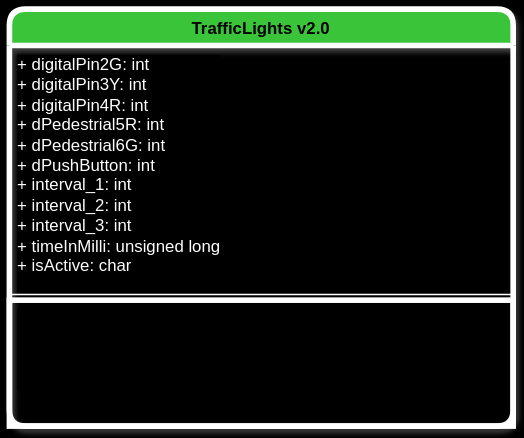
This is diagrams/ClassDiagram.drawio.svg from SamRB-dev/Traffic_Light_System, a draw.io export, as it was before one commit. Source tidied: cells renumbered, new cells last; positions are measured from the earlier drawing's top-left corner, leaving out a move shared by most shapes.
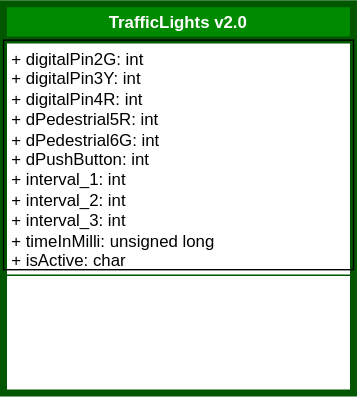
Later version of the same file.

Change to the diagram source:
```diff
@@ -2,17 +2,17 @@
   <root>
     <mxCell id="0" />
     <mxCell id="1" parent="0" />
-    <mxCell id="2" value="&lt;div&gt;TrafficLights v2.0&lt;/div&gt;" style="swimlane;fontStyle=1;align=center;verticalAlign=top;horizontal=1;startSize=26;whiteSpace=wrap;html=1;labelBackgroundColor=none;fillColor=#008a00;fontColor=#ffffff;strokeColor=default;strokeWidth=4;perimeterSpacing=0;rounded=1;glass=0;shadow=1;" parent="1" vertex="1">
-      <mxGeometry width="360" height="298" as="geometry" />
+    <mxCell id="2" value="&lt;div&gt;TrafficLights v2.0&lt;/div&gt;" style="swimlane;fontStyle=1;align=center;verticalAlign=top;horizontal=1;startSize=26;whiteSpace=wrap;html=1;rounded=0;glass=0;strokeColor=#005700;strokeWidth=5;spacingLeft=4;spacingRight=4;fontFamily=Helvetica;fontSize=12;labelBackgroundColor=none;fillColor=#008a00;fontColor=#ffffff;" parent="1" vertex="1">
+      <mxGeometry width="250" height="278" as="geometry" />
     </mxCell>
-    <mxCell id="3" value="&lt;div&gt;+ digitalPin2G: int&lt;/div&gt;&lt;div&gt;+ digitalPin3Y: int&lt;/div&gt;&lt;div&gt;+ digitalPin4R: int&lt;/div&gt;&lt;div&gt;+ dPedestrial5R: int&lt;/div&gt;&lt;div&gt;+ dPedestrial6G: int&lt;/div&gt;&lt;div&gt;+ dPushButton: int&lt;br&gt;&lt;/div&gt;&lt;div&gt;+ interval_1: int&lt;/div&gt;&lt;div&gt;+ interval_2: int&lt;/div&gt;&lt;div&gt;+ interval_3: int&lt;br&gt;&lt;/div&gt;&lt;div&gt;+ timeInMilli: unsigned long&lt;/div&gt;&lt;div&gt;+ isActive: char&lt;br&gt;&lt;/div&gt;&lt;div&gt;&lt;br&gt;&lt;/div&gt;" style="text;align=left;verticalAlign=top;spacingLeft=4;spacingRight=4;overflow=hidden;whiteSpace=wrap;html=1;strokeWidth=5;rounded=0;glass=0;labelBackgroundColor=default;" parent="2" vertex="1">
-      <mxGeometry y="26" width="360" height="174" as="geometry" />
+    <mxCell id="3" value="&lt;div&gt;+ digitalPin2G: int&lt;/div&gt;&lt;div&gt;+ digitalPin3Y: int&lt;/div&gt;&lt;div&gt;+ digitalPin4R: int&lt;/div&gt;&lt;div&gt;+ dPedestrial5R: int&lt;/div&gt;&lt;div&gt;+ dPedestrial6G: int&lt;/div&gt;&lt;div&gt;+ dPushButton: int&lt;br&gt;&lt;/div&gt;&lt;div&gt;+ interval_1: int&lt;/div&gt;&lt;div&gt;+ interval_2: int&lt;/div&gt;&lt;div&gt;+ interval_3: int&lt;br&gt;&lt;/div&gt;&lt;div&gt;+ timeInMilli: unsigned long&lt;/div&gt;&lt;div&gt;+ isActive: char&lt;br&gt;&lt;/div&gt;&lt;div&gt;&lt;br&gt;&lt;br&gt;&lt;/div&gt;" style="text;strokeColor=default;fillColor=none;align=left;verticalAlign=top;spacingLeft=4;spacingRight=4;overflow=hidden;whiteSpace=wrap;html=1;fontFamily=Helvetica;fontSize=12;fontColor=default;labelBackgroundColor=none;" parent="2" vertex="1">
+      <mxGeometry y="26" width="250" height="164" as="geometry" />
     </mxCell>
-    <mxCell id="4" style="line;strokeWidth=1;fillColor=none;align=left;verticalAlign=middle;spacingTop=-1;spacingLeft=3;spacingRight=3;labelPosition=right;strokeColor=inherit;" parent="2" vertex="1">
-      <mxGeometry y="200" width="360" height="8" as="geometry" />
-    </mxCell>
+    <mxCell id="6" style="line;strokeWidth=1;fillColor=none;align=left;verticalAlign=middle;spacingTop=-1;spacingLeft=3;spacingRight=3;labelPosition=right;strokeColor=inherit;rounded=0;glass=0;fontFamily=Helvetica;fontSize=12;fontColor=default;labelBackgroundColor=default;" parent="2" vertex="1">
+      <mxGeometry y="190" width="250" height="8" as="geometry" />
+    </mxCell>
-    <mxCell id="5" value="&lt;div&gt;&lt;font style=&quot;--darkreader-inline-color: #e8e6e3;&quot; color=&quot;#ffffff&quot;&gt;+ init(): void&lt;/font&gt;&lt;/div&gt;&lt;div&gt;&lt;font style=&quot;--darkreader-inline-color: #e8e6e3;&quot; color=&quot;#ffffff&quot;&gt;+ greenSignal(): void&lt;/font&gt;&lt;/div&gt;&lt;div&gt;&lt;font style=&quot;--darkreader-inline-color: #e8e6e3;&quot; color=&quot;#ffffff&quot;&gt;+ yellowSignal(): void&lt;/font&gt;&lt;/div&gt;&lt;div&gt;&lt;font style=&quot;--darkreader-inline-color: #e8e6e3;&quot; color=&quot;#ffffff&quot;&gt;+ redSignal(): void&lt;br&gt;&lt;/font&gt;&lt;/div&gt;" style="text;strokeColor=default;fillColor=none;align=left;verticalAlign=top;spacingLeft=4;spacingRight=4;overflow=hidden;whiteSpace=wrap;html=1;labelBorderColor=none;strokeWidth=4;fontColor=#FFFFFF;labelBackgroundColor=default;" parent="2" vertex="1">
-      <mxGeometry y="208" width="360" height="90" as="geometry" />
+    <mxCell id="5" value="&lt;div&gt;&lt;font color=&quot;#ffffff&quot; style=&quot;--darkreader-inline-color: #e8e6e3;&quot;&gt;+ init(): void&lt;/font&gt;&lt;/div&gt;&lt;div&gt;&lt;font color=&quot;#ffffff&quot; style=&quot;--darkreader-inline-color: #e8e6e3;&quot;&gt;+ greenSignal(): void&lt;/font&gt;&lt;/div&gt;&lt;div&gt;&lt;font color=&quot;#ffffff&quot; style=&quot;--darkreader-inline-color: #e8e6e3;&quot;&gt;+ yellowSignal(): void&lt;/font&gt;&lt;/div&gt;&lt;div&gt;&lt;font color=&quot;#ffffff&quot; style=&quot;--darkreader-inline-color: #e8e6e3;&quot;&gt;+ redSignal(): void&lt;br&gt;&lt;/font&gt;&lt;/div&gt;" style="text;strokeColor=none;fillColor=none;align=left;verticalAlign=top;spacingLeft=4;spacingRight=4;overflow=hidden;whiteSpace=wrap;html=1;fontFamily=Helvetica;fontSize=12;fontColor=default;labelBackgroundColor=none;" parent="2" vertex="1">
+      <mxGeometry y="198" width="250" height="80" as="geometry" />
     </mxCell>
   </root>
 </mxGraphModel>
```
